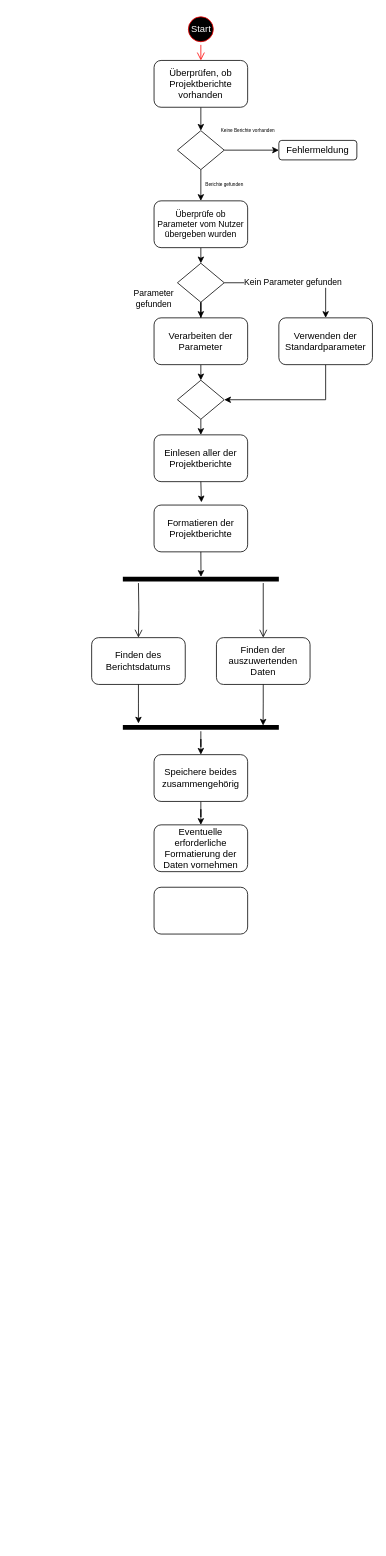
Before: activity.drawio in INKSec/Diagramme, a draw.io diagram. Source tidied: cells renumbered, new cells numbered last; positions are measured from the earlier drawing's top-left corner, leaving out a move shared by most shapes. Both pictures are drawn from the tidied source at 78%, with x=0, y=0 at pixel (91, 13).
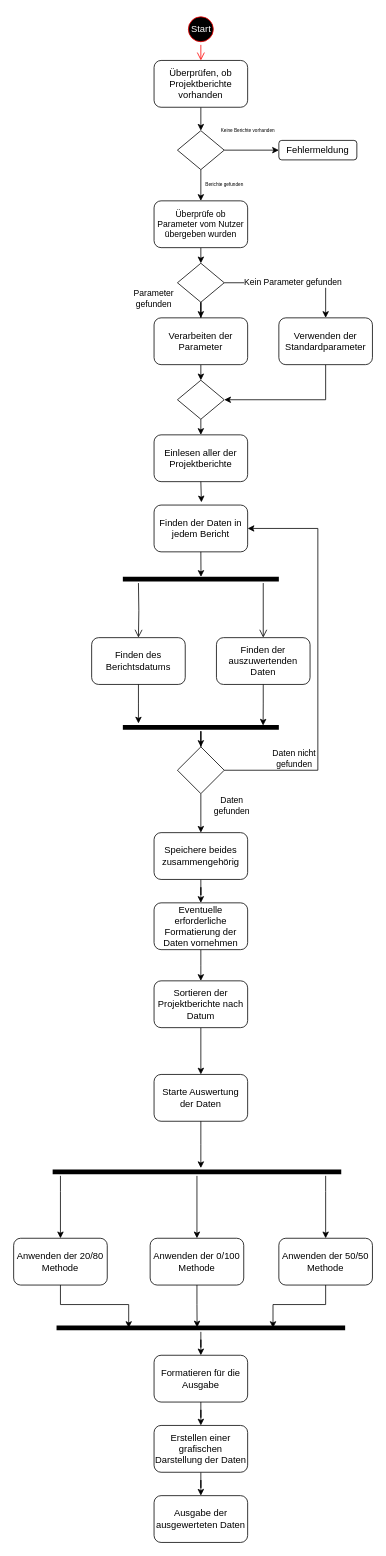
The same page after the edit.

Unchanged cells that the change refers to:
```xml
<mxCell id="32" style="shape=line;html=1;strokeWidth=6;strokeColor=#000000;" parent="1" vertex="1">
  <mxGeometry x="40" y="910" width="200" height="10" as="geometry" />
</mxCell>
```

Diff of the diagram source:
```diff
@@
-    <mxCell id="23" value="Formatieren der Projektberichte" style="rounded=1;whiteSpace=wrap;html=1;" parent="1" vertex="1">
+    <mxCell id="23" value="Finden der Daten in jedem Bericht" style="rounded=1;whiteSpace=wrap;html=1;" parent="1" vertex="1">
       <mxGeometry x="80" y="630" width="120" height="60" as="geometry" />
     </mxCell>
@@
-    <mxCell id="31" style="edgeStyle=orthogonalEdgeStyle;rounded=0;jettySize=auto;html=1;entryX=0.5;entryY=0;entryDx=0;entryDy=0;" parent="1" edge="1" source="32" target="36">
-      <mxGeometry relative="1" as="geometry" />
-    </mxCell>
+    <mxCell id="39" style="edgeStyle=orthogonalEdgeStyle;rounded=0;jettySize=auto;html=1;entryX=0.5;entryY=0;entryDx=0;entryDy=0;" parent="1" edge="1" source="32" target="43">
+      <mxGeometry relative="1" as="geometry" />
+    </mxCell>
@@
     <mxCell id="36" value="Speichere beides zusammengehörig" style="rounded=1;whiteSpace=wrap;html=1;" parent="1" vertex="1">
-      <mxGeometry x="80" y="950" width="120" height="60" as="geometry" />
+      <mxGeometry x="80" y="1050" width="120" height="60" as="geometry" />
     </mxCell>
+    <mxCell id="40" style="edgeStyle=orthogonalEdgeStyle;rounded=0;jettySize=auto;html=1;exitX=0.5;exitY=1;exitDx=0;exitDy=0;" parent="1" edge="1" source="37">
+      <mxGeometry relative="1" as="geometry">
+        <mxPoint x="140" y="1240" as="targetPoint" />
+      </mxGeometry>
+    </mxCell>
     <mxCell id="37" value="Eventuelle erforderliche Formatierung der Daten vornehmen" style="rounded=1;whiteSpace=wrap;html=1;" parent="1" vertex="1">
-      <mxGeometry x="80" y="1040" width="120" height="60" as="geometry" />
+      <mxGeometry x="80" y="1140" width="120" height="60" as="geometry" />
     </mxCell>
-    <mxCell id="38" style="rounded=1;whiteSpace=wrap;html=1;" parent="1" vertex="1">
-      <mxGeometry x="80" y="1120" width="120" height="60" as="geometry" />
+    <mxCell id="38" value="Starte Auswertung der Daten" style="rounded=1;whiteSpace=wrap;html=1;" parent="1" vertex="1">
+      <mxGeometry x="80" y="1360" width="120" height="60" as="geometry" />
     </mxCell>
+    <mxCell id="41" style="edgeStyle=orthogonalEdgeStyle;rounded=0;jettySize=auto;html=1;entryX=0.5;entryY=0;entryDx=0;entryDy=0;" parent="1" edge="1" source="43" target="36">
+      <mxGeometry relative="1" as="geometry" />
+    </mxCell>
+    <mxCell id="42" style="edgeStyle=orthogonalEdgeStyle;rounded=0;jettySize=auto;html=1;entryX=1;entryY=0.5;entryDx=0;entryDy=0;" parent="1" edge="1" source="43" target="23">
+      <mxGeometry relative="1" as="geometry">
+        <Array as="points">
+          <mxPoint x="290" y="970" />
+          <mxPoint x="290" y="660" />
+        </Array>
+      </mxGeometry>
+    </mxCell>
+    <mxCell id="43" style="rhombus;whiteSpace=wrap;html=1;" parent="1" vertex="1">
+      <mxGeometry x="110" y="940" width="60" height="60" as="geometry" />
+    </mxCell>
+    <mxCell id="44" value="Daten gefunden" style="text;html=1;align=center;verticalAlign=middle;whiteSpace=wrap;rounded=0;fontSize=11;" parent="1" vertex="1">
+      <mxGeometry x="150" y="1000" width="60" height="30" as="geometry" />
+    </mxCell>
+    <mxCell id="45" value="Daten nicht gefunden" style="text;html=1;align=center;verticalAlign=middle;whiteSpace=wrap;rounded=0;fontSize=11;" parent="1" vertex="1">
+      <mxGeometry x="230" y="940" width="60" height="30" as="geometry" />
+    </mxCell>
+    <mxCell id="46" style="edgeStyle=orthogonalEdgeStyle;rounded=0;jettySize=auto;html=1;entryX=0.5;entryY=0;entryDx=0;entryDy=0;" parent="1" edge="1" source="49" target="51">
+      <mxGeometry relative="1" as="geometry">
+        <Array as="points">
+          <mxPoint x="-40" y="1510" />
+          <mxPoint x="-40" y="1510" />
+        </Array>
+      </mxGeometry>
+    </mxCell>
+    <mxCell id="47" style="edgeStyle=orthogonalEdgeStyle;rounded=0;jettySize=auto;html=1;" parent="1" edge="1" source="49">
+      <mxGeometry relative="1" as="geometry">
+        <mxPoint x="300" y="1570" as="targetPoint" />
+        <Array as="points">
+          <mxPoint x="300" y="1510" />
+          <mxPoint x="300" y="1510" />
+        </Array>
+      </mxGeometry>
+    </mxCell>
+    <mxCell id="48" style="edgeStyle=orthogonalEdgeStyle;rounded=0;jettySize=auto;html=1;" parent="1" edge="1" source="49" target="53">
+      <mxGeometry relative="1" as="geometry" />
+    </mxCell>
+    <mxCell id="49" style="shape=line;html=1;strokeWidth=6;strokeColor=#000000;" parent="1" vertex="1">
+      <mxGeometry x="-50" y="1480" width="370" height="10" as="geometry" />
+    </mxCell>
+    <mxCell id="50" style="edgeStyle=orthogonalEdgeStyle;rounded=0;jettySize=auto;html=1;" parent="1" edge="1" source="38">
+      <mxGeometry relative="1" as="geometry">
+        <mxPoint x="140" y="1480" as="targetPoint" />
+      </mxGeometry>
+    </mxCell>
+    <mxCell id="51" value="Anwenden der 20/80 Methode" style="rounded=1;whiteSpace=wrap;html=1;" parent="1" vertex="1">
+      <mxGeometry x="-100" y="1570" width="120" height="60" as="geometry" />
+    </mxCell>
+    <mxCell id="52" value="Anwenden der 50/50 Methode" style="rounded=1;whiteSpace=wrap;html=1;" parent="1" vertex="1">
+      <mxGeometry x="240" y="1570" width="120" height="60" as="geometry" />
+    </mxCell>
+    <mxCell id="53" value="Anwenden der 0/100 Methode" style="rounded=1;whiteSpace=wrap;html=1;" parent="1" vertex="1">
+      <mxGeometry x="75" y="1570" width="120" height="60" as="geometry" />
+    </mxCell>
+    <mxCell id="54" style="edgeStyle=orthogonalEdgeStyle;rounded=0;jettySize=auto;html=1;entryX=0.5;entryY=0;entryDx=0;entryDy=0;" parent="1" edge="1" source="55" target="60">
+      <mxGeometry relative="1" as="geometry" />
+    </mxCell>
+    <mxCell id="55" style="shape=line;html=1;strokeWidth=6;strokeColor=#000000;" parent="1" vertex="1">
+      <mxGeometry x="-45" y="1680" width="370" height="10" as="geometry" />
+    </mxCell>
+    <mxCell id="56" style="edgeStyle=orthogonalEdgeStyle;rounded=0;jettySize=auto;html=1;entryX=0.25;entryY=0.5;entryDx=0;entryDy=0;entryPerimeter=0;" parent="1" edge="1" source="51" target="55">
+      <mxGeometry relative="1" as="geometry" />
+    </mxCell>
+    <mxCell id="57" style="edgeStyle=orthogonalEdgeStyle;rounded=0;jettySize=auto;html=1;entryX=0.487;entryY=0.425;entryDx=0;entryDy=0;entryPerimeter=0;" parent="1" edge="1" source="53" target="55">
+      <mxGeometry relative="1" as="geometry" />
+    </mxCell>
+    <mxCell id="58" style="edgeStyle=orthogonalEdgeStyle;rounded=0;jettySize=auto;html=1;entryX=0.75;entryY=0.5;entryDx=0;entryDy=0;entryPerimeter=0;" parent="1" edge="1" source="52" target="55">
+      <mxGeometry relative="1" as="geometry" />
+    </mxCell>
+    <mxCell id="59" style="edgeStyle=orthogonalEdgeStyle;rounded=0;jettySize=auto;html=1;exitX=0.5;exitY=1;exitDx=0;exitDy=0;" parent="1" edge="1" source="60" target="62">
+      <mxGeometry relative="1" as="geometry" />
+    </mxCell>
+    <mxCell id="60" value="Formatieren für die Ausgabe" style="rounded=1;whiteSpace=wrap;html=1;" parent="1" vertex="1">
+      <mxGeometry x="80" y="1720" width="120" height="60" as="geometry" />
+    </mxCell>
+    <mxCell id="61" style="edgeStyle=orthogonalEdgeStyle;rounded=0;jettySize=auto;html=1;entryX=0.5;entryY=0;entryDx=0;entryDy=0;" parent="1" edge="1" source="62" target="63">
+      <mxGeometry relative="1" as="geometry" />
+    </mxCell>
+    <mxCell id="62" value="Erstellen einer grafischen Darstellung der Daten" style="rounded=1;whiteSpace=wrap;html=1;" parent="1" vertex="1">
+      <mxGeometry x="80" y="1810" width="120" height="60" as="geometry" />
+    </mxCell>
+    <mxCell id="63" value="Ausgabe der ausgewerteten Daten" style="rounded=1;whiteSpace=wrap;html=1;" parent="1" vertex="1">
+      <mxGeometry x="80" y="1900" width="120" height="60" as="geometry" />
+    </mxCell>
+    <mxCell id="64" style="edgeStyle=orthogonalEdgeStyle;rounded=0;jettySize=auto;html=1;" parent="1" edge="1" source="65" target="38">
+      <mxGeometry relative="1" as="geometry" />
+    </mxCell>
+    <mxCell id="65" value="Sortieren der Projektberichte nach Datum" style="rounded=1;whiteSpace=wrap;html=1;" parent="1" vertex="1">
+      <mxGeometry x="80" y="1240" width="120" height="60" as="geometry" />
+    </mxCell>
```
